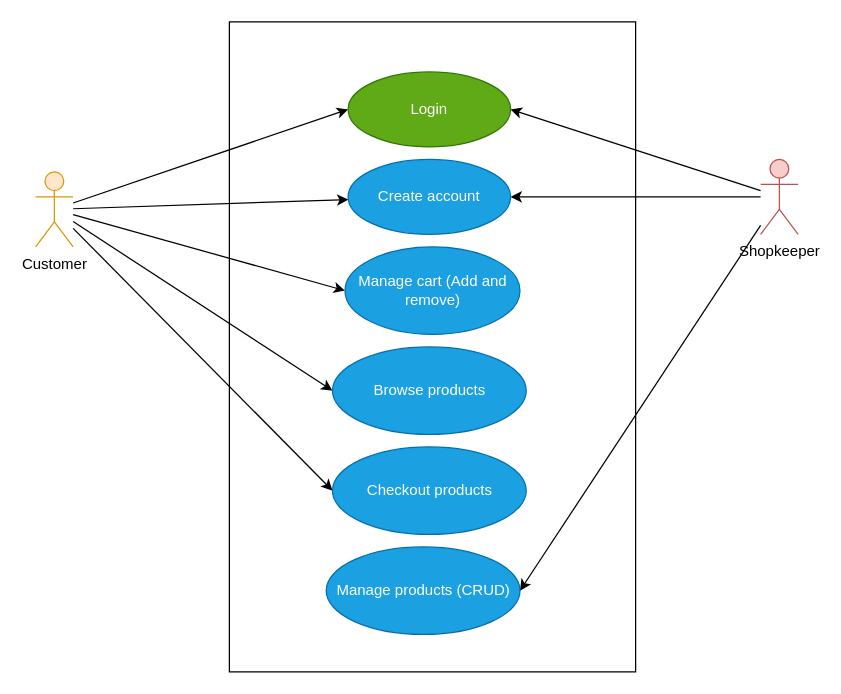
RHILIUS/drawio keeps this draw.io diagram as page "Use-Case Diagram" (1 of 3) of E-Commerce API Use-case diagram.drawio. Above is the earlier version. Source tidied: cells renumbered, new cells numbered last; positions are measured from the earlier drawing's top-left corner, leaving out a move shared by most shapes. Both pictures are drawn from the tidied source at 125%, with x=0, y=0 at pixel (35, 21).
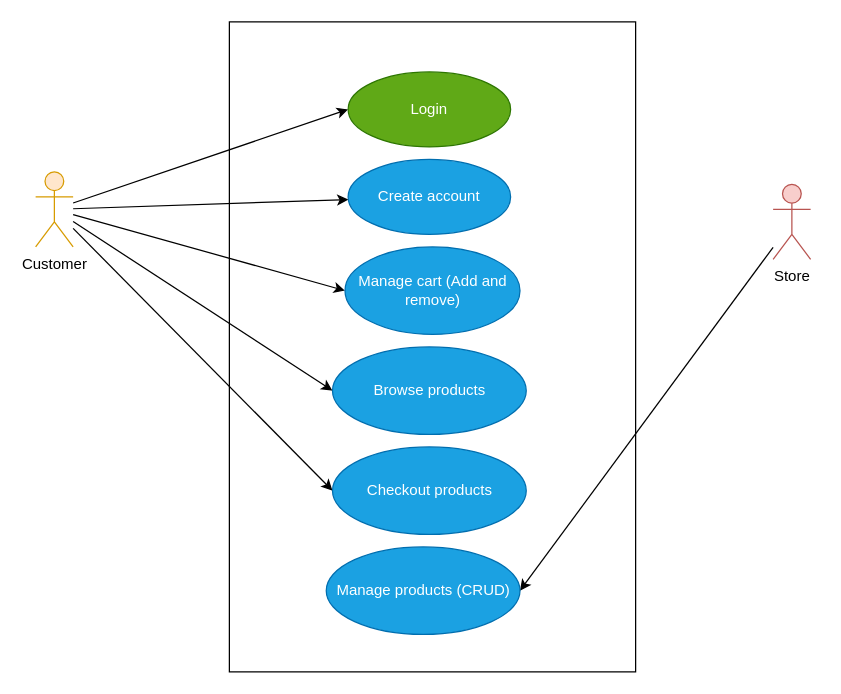
The same diagram, later.

Commit message:
feat: add Store relationships for Cart and Order

Change to the diagram source:
```diff
@@
 <mxGraphModel>
   <root>
     <mxCell id="0" />
     <mxCell id="1" parent="0" />
     <mxCell id="2" style="rounded=0;whiteSpace=wrap;html=1;" parent="1" vertex="1">
       <mxGeometry x="155" width="325" height="520" as="geometry" />
     </mxCell>
     <mxCell id="3" style="rounded=0;jettySize=auto;html=1;entryX=0;entryY=0.5;entryDx=0;entryDy=0;" parent="1" edge="1" source="8" target="12">
       <mxGeometry relative="1" as="geometry" />
     </mxCell>
     <mxCell id="4" style="rounded=0;jettySize=auto;html=1;" parent="1" edge="1" source="8" target="13">
       <mxGeometry relative="1" as="geometry" />
     </mxCell>
     <mxCell id="5" style="rounded=0;jettySize=auto;html=1;entryX=0;entryY=0.5;entryDx=0;entryDy=0;" parent="1" edge="1" source="8" target="14">
       <mxGeometry relative="1" as="geometry" />
     </mxCell>
     <mxCell id="6" style="rounded=0;jettySize=auto;html=1;entryX=0;entryY=0.5;entryDx=0;entryDy=0;" parent="1" edge="1" source="8" target="15">
       <mxGeometry relative="1" as="geometry" />
     </mxCell>
     <mxCell id="7" style="rounded=0;jettySize=auto;html=1;entryX=0;entryY=0.5;entryDx=0;entryDy=0;" parent="1" edge="1" source="8" target="17">
       <mxGeometry relative="1" as="geometry" />
     </mxCell>
     <mxCell id="8" value="Customer&lt;div&gt;&lt;br&gt;&lt;/div&gt;" style="shape=umlActor;verticalLabelPosition=bottom;verticalAlign=top;html=1;outlineConnect=0;fillColor=#ffe6cc;strokeColor=#d79b00;" parent="1" vertex="1">
       <mxGeometry y="120" width="30" height="60" as="geometry" />
     </mxCell>
-    <mxCell id="9" style="edgeStyle=orthogonalEdgeStyle;rounded=0;jettySize=auto;html=1;" parent="1" edge="1" source="11" target="13">
-      <mxGeometry relative="1" as="geometry" />
-    </mxCell>
     <mxCell id="10" style="rounded=0;jettySize=auto;html=1;entryX=1;entryY=0.5;entryDx=0;entryDy=0;" parent="1" edge="1" source="11" target="16">
       <mxGeometry relative="1" as="geometry" />
     </mxCell>
-    <mxCell id="11" value="Shopkeeper" style="shape=umlActor;verticalLabelPosition=bottom;verticalAlign=top;html=1;outlineConnect=0;fillColor=#f8cecc;strokeColor=#b85450;" parent="1" vertex="1">
-      <mxGeometry x="580" y="110" width="30" height="60" as="geometry" />
+    <mxCell id="11" value="Store" style="shape=umlActor;verticalLabelPosition=bottom;verticalAlign=top;html=1;outlineConnect=0;fillColor=#f8cecc;strokeColor=#b85450;" parent="1" vertex="1">
+      <mxGeometry x="590" y="130" width="30" height="60" as="geometry" />
     </mxCell>
     <mxCell id="12" value="Login" style="ellipse;whiteSpace=wrap;html=1;fillColor=#60a917;fontColor=#ffffff;strokeColor=#2D7600;" parent="1" vertex="1">
       <mxGeometry x="250" y="40" width="130" height="60" as="geometry" />
     </mxCell>
     <mxCell id="13" value="Create account" style="ellipse;whiteSpace=wrap;html=1;fillColor=#1ba1e2;fontColor=#ffffff;strokeColor=#006EAF;" parent="1" vertex="1">
       <mxGeometry x="250" y="110" width="130" height="60" as="geometry" />
     </mxCell>
     <mxCell id="14" value="Manage cart (Add and remove)" style="ellipse;whiteSpace=wrap;html=1;fillColor=#1ba1e2;fontColor=#ffffff;strokeColor=#006EAF;" parent="1" vertex="1">
       <mxGeometry x="247.5" y="180" width="140" height="70" as="geometry" />
     </mxCell>
     <mxCell id="15" value="Browse products" style="ellipse;whiteSpace=wrap;html=1;fillColor=#1ba1e2;fontColor=#ffffff;strokeColor=#006EAF;" parent="1" vertex="1">
       <mxGeometry x="237.5" y="260" width="155" height="70" as="geometry" />
     </mxCell>
     <mxCell id="16" value="Manage products (CRUD)" style="ellipse;whiteSpace=wrap;html=1;fillColor=#1ba1e2;fontColor=#ffffff;strokeColor=#006EAF;" parent="1" vertex="1">
       <mxGeometry x="232.5" y="420" width="155" height="70" as="geometry" />
     </mxCell>
     <mxCell id="17" value="Checkout products" style="ellipse;whiteSpace=wrap;html=1;fillColor=#1ba1e2;fontColor=#ffffff;strokeColor=#006EAF;" parent="1" vertex="1">
       <mxGeometry x="237.5" y="340" width="155" height="70" as="geometry" />
     </mxCell>
-    <mxCell id="18" style="rounded=0;jettySize=auto;html=1;entryX=1;entryY=0.5;entryDx=0;entryDy=0;" parent="1" edge="1" target="12">
-      <mxGeometry relative="1" as="geometry">
-        <mxPoint x="580" y="135" as="sourcePoint" />
-      </mxGeometry>
-    </mxCell>
   </root>
 </mxGraphModel>
```
